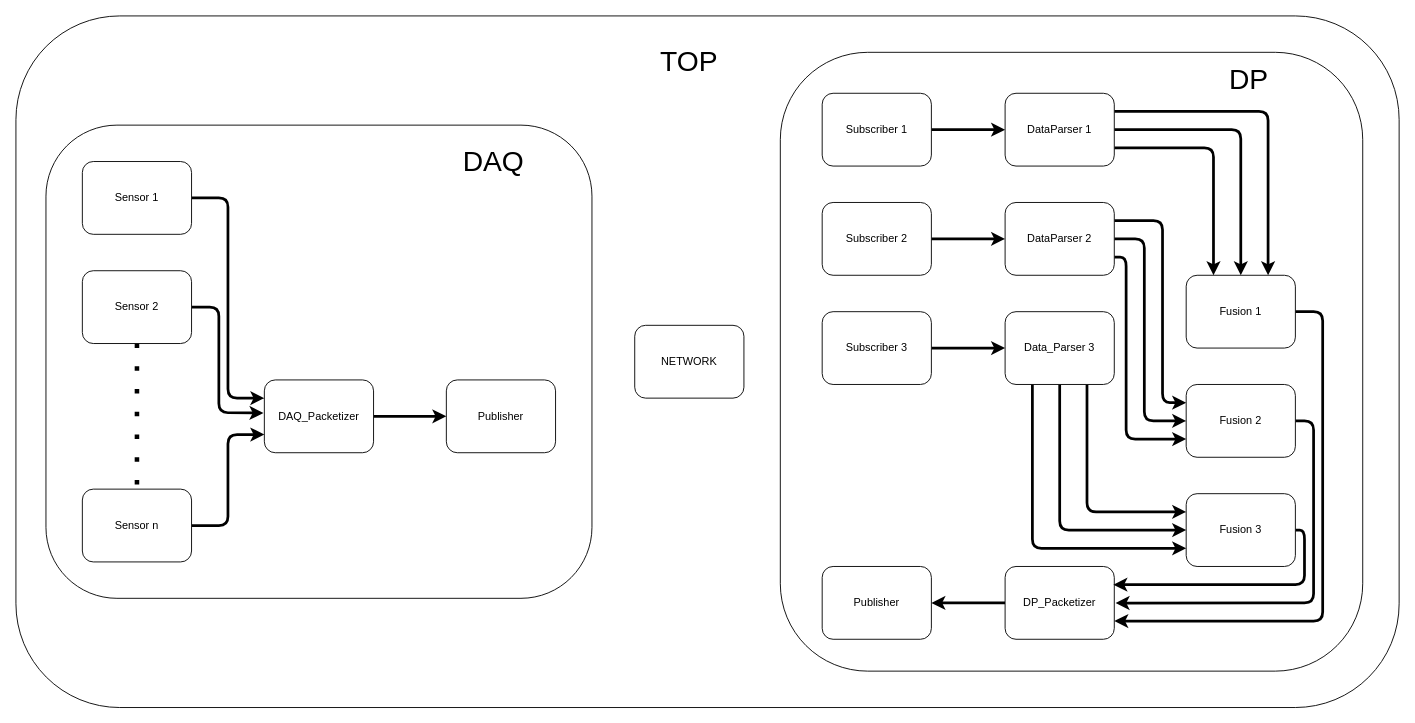
Earlier version of the draw.io diagram Docs/BlockDiagram.drawio (Sasisekhar/DAQ_DP_Networking). Source tidied: cells renumbered, new cells numbered last; positions are measured from the earlier drawing's top-left corner, leaving out a move shared by most shapes. Both pictures are drawn from the tidied source at 91%, with x=0, y=0 at pixel (15, 15).
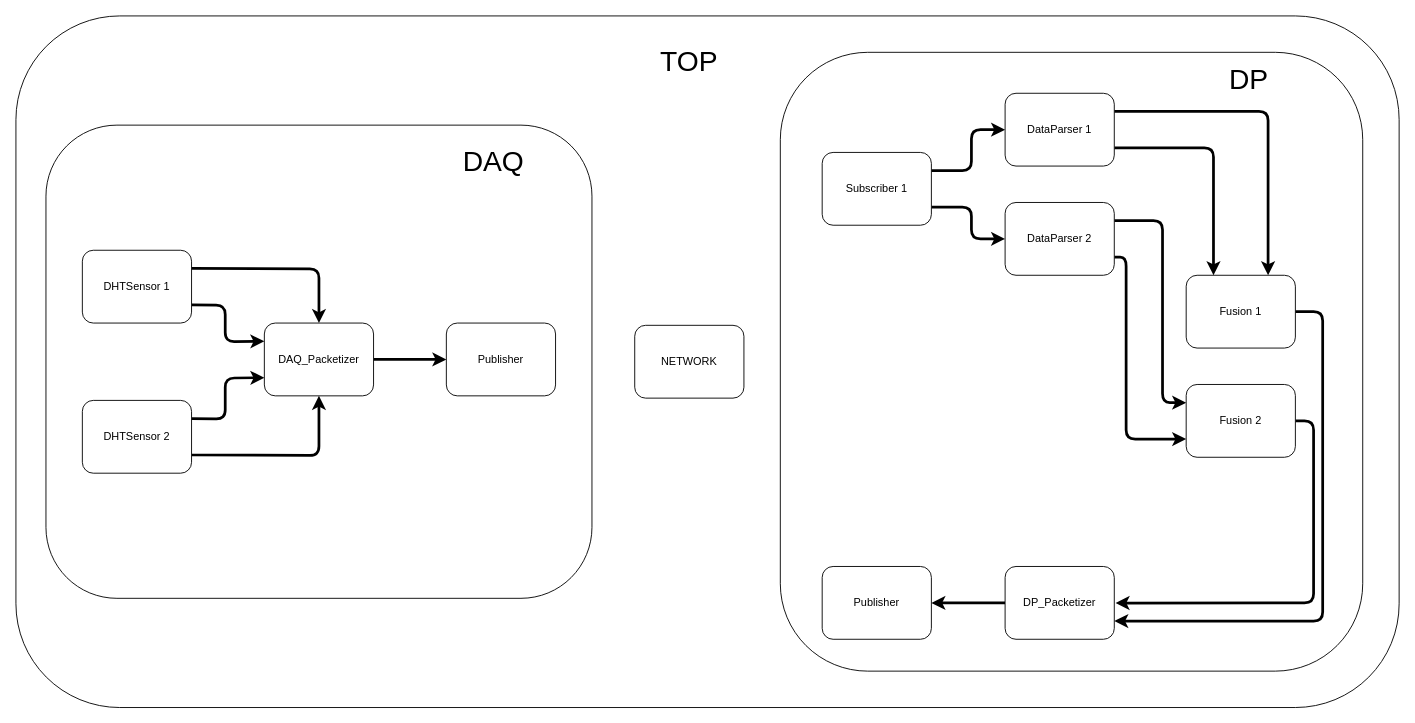
After the change.

Unchanged cells that the change refers to:
```xml
<mxCell id="24" value="DataParser 1" style="rounded=1;whiteSpace=wrap;html=1;strokeWidth=1;" parent="1" vertex="1">
  <mxGeometry x="1087" y="85" width="120" height="80" as="geometry" />
</mxCell>
<mxCell id="28" value="DataParser 2" style="rounded=1;whiteSpace=wrap;html=1;strokeWidth=1;" parent="1" vertex="1">
  <mxGeometry x="1087" y="205" width="120" height="80" as="geometry" />
</mxCell>
<mxCell id="37" value="Fusion 1" style="rounded=1;whiteSpace=wrap;html=1;strokeWidth=1;" parent="1" vertex="1">
  <mxGeometry x="1286" y="285" width="120" height="80" as="geometry" />
</mxCell>
<mxCell id="39" value="Fusion 2" style="rounded=1;whiteSpace=wrap;html=1;strokeWidth=1;" parent="1" vertex="1">
  <mxGeometry x="1286" y="405" width="120" height="80" as="geometry" />
</mxCell>
```

Change to the diagram source:
```diff
@@
-    <mxCell id="5" style="edgeStyle=none;html=1;strokeWidth=3;exitX=1;exitY=0.5;exitDx=0;exitDy=0;entryX=0;entryY=0.25;entryDx=0;entryDy=0;" parent="1" edge="1" source="6" target="13">
-      <mxGeometry relative="1" as="geometry">
-        <Array as="points">
-          <mxPoint x="233" y="200" />
-          <mxPoint x="233" y="420" />
-        </Array>
-      </mxGeometry>
-    </mxCell>
+    <mxCell id="46" style="edgeStyle=none;html=1;exitX=1;exitY=0.25;exitDx=0;exitDy=0;entryX=0.5;entryY=0;entryDx=0;entryDy=0;strokeWidth=3;" parent="1" edge="1" source="6" target="13">
+      <mxGeometry relative="1" as="geometry">
+        <Array as="points">
+          <mxPoint x="333" y="278" />
+        </Array>
+      </mxGeometry>
+    </mxCell>
+    <mxCell id="47" style="edgeStyle=none;html=1;exitX=1;exitY=0.75;exitDx=0;exitDy=0;strokeWidth=3;entryX=0;entryY=0.25;entryDx=0;entryDy=0;" parent="1" edge="1" source="6" target="13">
+      <mxGeometry relative="1" as="geometry">
+        <Array as="points">
+          <mxPoint x="230" y="318" />
+          <mxPoint x="230" y="358" />
+        </Array>
+      </mxGeometry>
+    </mxCell>
-    <mxCell id="6" value="Sensor 1" style="rounded=1;whiteSpace=wrap;html=1;" parent="1" vertex="1">
-      <mxGeometry x="73" y="160" width="120" height="80" as="geometry" />
+    <mxCell id="6" value="DHTSensor 1" style="rounded=1;whiteSpace=wrap;html=1;" parent="1" vertex="1">
+      <mxGeometry x="73" y="257.5" width="120" height="80" as="geometry" />
     </mxCell>
-    <mxCell id="7" style="edgeStyle=none;html=1;exitX=1;exitY=0.5;exitDx=0;exitDy=0;entryX=-0.008;entryY=0.454;entryDx=0;entryDy=0;entryPerimeter=0;strokeWidth=3;" parent="1" edge="1" source="9" target="13">
-      <mxGeometry relative="1" as="geometry">
-        <Array as="points">
-          <mxPoint x="223" y="320" />
-          <mxPoint x="223" y="436" />
-        </Array>
-      </mxGeometry>
-    </mxCell>
-    <mxCell id="8" style="edgeStyle=none;html=1;exitX=0.5;exitY=1;exitDx=0;exitDy=0;strokeWidth=5;dashed=1;endArrow=none;endFill=0;dashPattern=1 4;" parent="1" edge="1" source="9" target="11">
-      <mxGeometry relative="1" as="geometry" />
-    </mxCell>
+    <mxCell id="48" style="edgeStyle=none;html=1;exitX=1;exitY=0.25;exitDx=0;exitDy=0;entryX=0;entryY=0.75;entryDx=0;entryDy=0;strokeWidth=3;" parent="1" edge="1" source="9" target="13">
+      <mxGeometry relative="1" as="geometry">
+        <Array as="points">
+          <mxPoint x="230" y="443" />
+          <mxPoint x="230" y="398" />
+        </Array>
+      </mxGeometry>
+    </mxCell>
+    <mxCell id="49" style="edgeStyle=none;html=1;exitX=1;exitY=0.75;exitDx=0;exitDy=0;entryX=0.5;entryY=1;entryDx=0;entryDy=0;strokeWidth=3;" parent="1" edge="1" source="9" target="13">
+      <mxGeometry relative="1" as="geometry">
+        <Array as="points">
+          <mxPoint x="333" y="483" />
+        </Array>
+      </mxGeometry>
+    </mxCell>
-    <mxCell id="9" value="Sensor 2" style="rounded=1;whiteSpace=wrap;html=1;strokeWidth=1;" parent="1" vertex="1">
-      <mxGeometry x="73" y="280" width="120" height="80" as="geometry" />
+    <mxCell id="9" value="DHTSensor 2" style="rounded=1;whiteSpace=wrap;html=1;strokeWidth=1;" parent="1" vertex="1">
+      <mxGeometry x="73" y="422.5" width="120" height="80" as="geometry" />
     </mxCell>
-    <mxCell id="10" style="edgeStyle=none;html=1;exitX=1;exitY=0.5;exitDx=0;exitDy=0;entryX=0;entryY=0.75;entryDx=0;entryDy=0;strokeWidth=3;" parent="1" edge="1" source="11" target="13">
-      <mxGeometry relative="1" as="geometry">
-        <Array as="points">
-          <mxPoint x="233" y="560" />
-          <mxPoint x="233" y="460" />
-        </Array>
-      </mxGeometry>
-    </mxCell>
-    <mxCell id="11" value="Sensor n" style="rounded=1;whiteSpace=wrap;html=1;" parent="1" vertex="1">
-      <mxGeometry x="73" y="520" width="120" height="80" as="geometry" />
-    </mxCell>
@@
     <mxCell id="13" value="DAQ_Packetizer" style="rounded=1;whiteSpace=wrap;html=1;" parent="1" vertex="1">
-      <mxGeometry x="273" y="400" width="120" height="80" as="geometry" />
+      <mxGeometry x="273" y="337.5" width="120" height="80" as="geometry" />
     </mxCell>
     <mxCell id="14" value="Publisher" style="rounded=1;whiteSpace=wrap;html=1;" parent="1" vertex="1">
-      <mxGeometry x="473" y="400" width="120" height="80" as="geometry" />
+      <mxGeometry x="473" y="337.5" width="120" height="80" as="geometry" />
     </mxCell>
-    <mxCell id="15" style="edgeStyle=none;html=1;strokeWidth=3;" parent="1" edge="1" source="16" target="24">
-      <mxGeometry relative="1" as="geometry" />
+    <mxCell id="15" style="edgeStyle=none;html=1;exitX=1;exitY=0.25;exitDx=0;exitDy=0;entryX=0;entryY=0.5;entryDx=0;entryDy=0;strokeWidth=3;" parent="1" edge="1" source="16" target="24">
+      <mxGeometry relative="1" as="geometry">
+        <Array as="points">
+          <mxPoint x="1050" y="170" />
+          <mxPoint x="1050" y="125" />
+        </Array>
+      </mxGeometry>
     </mxCell>
+    <mxCell id="50" style="edgeStyle=none;html=1;exitX=1;exitY=0.75;exitDx=0;exitDy=0;entryX=0;entryY=0.5;entryDx=0;entryDy=0;strokeWidth=3;" parent="1" edge="1" source="16" target="28">
+      <mxGeometry relative="1" as="geometry">
+        <Array as="points">
+          <mxPoint x="1050" y="210" />
+          <mxPoint x="1050" y="245" />
+        </Array>
+      </mxGeometry>
+    </mxCell>
     <mxCell id="16" value="Subscriber 1" style="rounded=1;whiteSpace=wrap;html=1;strokeWidth=1;" parent="1" vertex="1">
-      <mxGeometry x="886" y="85" width="120" height="80" as="geometry" />
+      <mxGeometry x="886" y="150" width="120" height="80" as="geometry" />
     </mxCell>
-    <mxCell id="17" style="edgeStyle=none;html=1;strokeWidth=3;" parent="1" edge="1" source="18" target="28">
-      <mxGeometry relative="1" as="geometry" />
-    </mxCell>
-    <mxCell id="18" value="Subscriber 2" style="rounded=1;whiteSpace=wrap;html=1;strokeWidth=1;" parent="1" vertex="1">
-      <mxGeometry x="886" y="205" width="120" height="80" as="geometry" />
-    </mxCell>
-    <mxCell id="19" style="edgeStyle=none;html=1;strokeWidth=3;" parent="1" edge="1" source="20" target="32">
-      <mxGeometry relative="1" as="geometry" />
-    </mxCell>
-    <mxCell id="20" value="Subscriber 3" style="rounded=1;whiteSpace=wrap;html=1;strokeWidth=1;" parent="1" vertex="1">
-      <mxGeometry x="886" y="325" width="120" height="80" as="geometry" />
-    </mxCell>
-    <mxCell id="21" style="edgeStyle=none;html=1;exitX=1;exitY=0.5;exitDx=0;exitDy=0;entryX=0.5;entryY=0;entryDx=0;entryDy=0;strokeWidth=3;" parent="1" edge="1" source="24" target="37">
-      <mxGeometry relative="1" as="geometry">
-        <Array as="points">
-          <mxPoint x="1346" y="125" />
-        </Array>
-      </mxGeometry>
-    </mxCell>
@@
-    <mxCell id="25" style="edgeStyle=none;html=1;exitX=1;exitY=0.5;exitDx=0;exitDy=0;entryX=0;entryY=0.5;entryDx=0;entryDy=0;strokeWidth=3;" parent="1" edge="1" source="28" target="39">
-      <mxGeometry relative="1" as="geometry">
-        <Array as="points">
-          <mxPoint x="1240" y="245" />
-          <mxPoint x="1240" y="445" />
-        </Array>
-      </mxGeometry>
-    </mxCell>
@@
-    <mxCell id="29" style="edgeStyle=none;html=1;exitX=0.75;exitY=1;exitDx=0;exitDy=0;entryX=0;entryY=0.25;entryDx=0;entryDy=0;strokeWidth=3;" parent="1" edge="1" source="32" target="41">
-      <mxGeometry relative="1" as="geometry">
-        <Array as="points">
-          <mxPoint x="1177" y="545" />
-        </Array>
-      </mxGeometry>
-    </mxCell>
-    <mxCell id="30" style="edgeStyle=none;html=1;exitX=0.5;exitY=1;exitDx=0;exitDy=0;entryX=0;entryY=0.5;entryDx=0;entryDy=0;strokeWidth=3;" parent="1" edge="1" source="32" target="41">
-      <mxGeometry relative="1" as="geometry">
-        <Array as="points">
-          <mxPoint x="1147" y="565" />
-        </Array>
-      </mxGeometry>
-    </mxCell>
-    <mxCell id="31" style="edgeStyle=none;html=1;exitX=0.25;exitY=1;exitDx=0;exitDy=0;entryX=0;entryY=0.75;entryDx=0;entryDy=0;strokeWidth=3;" parent="1" edge="1" source="32" target="41">
-      <mxGeometry relative="1" as="geometry">
-        <Array as="points">
-          <mxPoint x="1117" y="585" />
-        </Array>
-      </mxGeometry>
-    </mxCell>
-    <mxCell id="32" value="Data_Parser 3" style="rounded=1;whiteSpace=wrap;html=1;strokeWidth=1;" parent="1" vertex="1">
-      <mxGeometry x="1087" y="325" width="120" height="80" as="geometry" />
-    </mxCell>
@@
-    <mxCell id="40" style="edgeStyle=none;html=1;exitX=1;exitY=0.5;exitDx=0;exitDy=0;strokeWidth=3;" parent="1" edge="1" source="41">
-      <mxGeometry relative="1" as="geometry">
-        <mxPoint x="1206" y="625" as="targetPoint" />
-        <Array as="points">
-          <mxPoint x="1416" y="565" />
-          <mxPoint x="1416" y="625" />
-        </Array>
-      </mxGeometry>
-    </mxCell>
-    <mxCell id="41" value="Fusion 3" style="rounded=1;whiteSpace=wrap;html=1;strokeWidth=1;" parent="1" vertex="1">
-      <mxGeometry x="1286" y="525" width="120" height="80" as="geometry" />
-    </mxCell>
```
